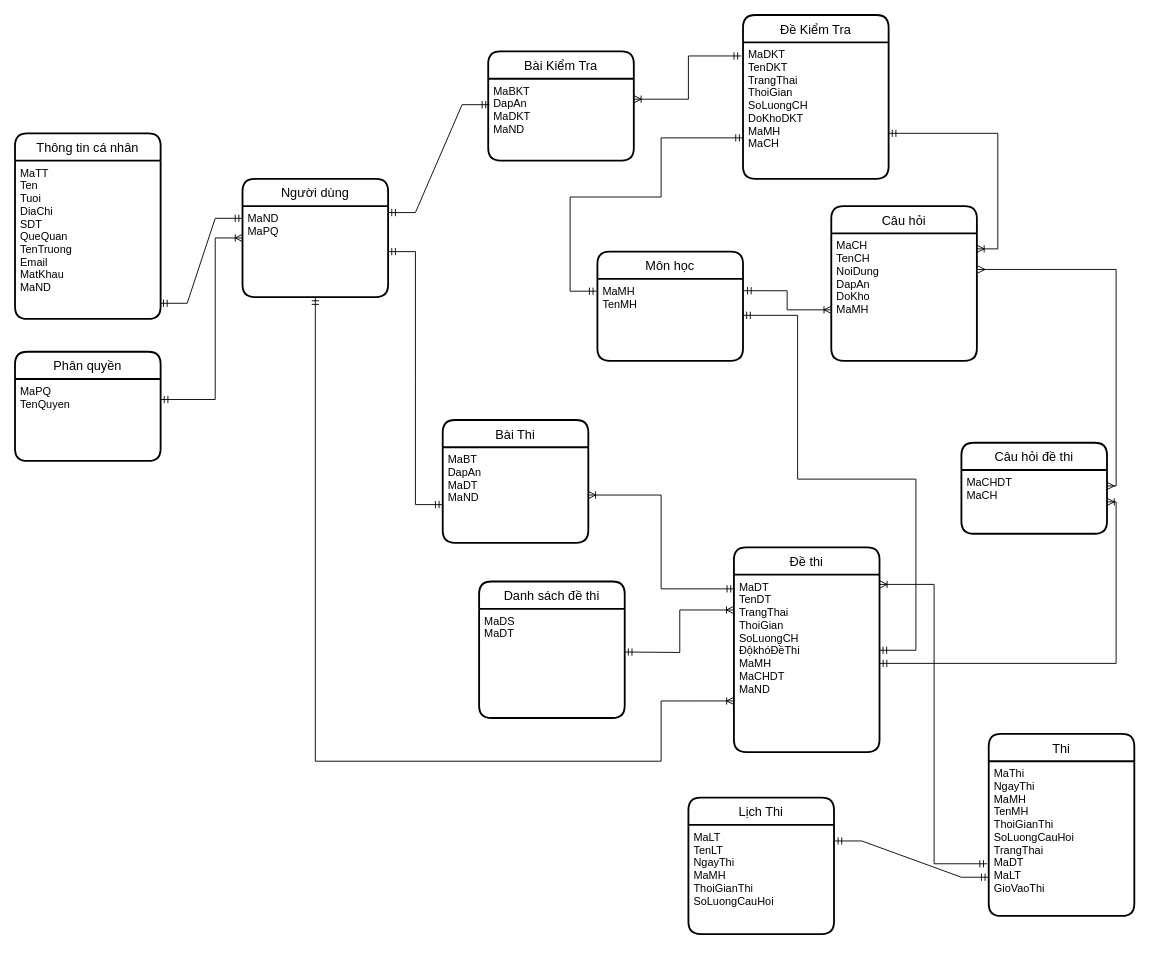
Above: page "Biểu đồ quan hệ" (3 of 6) of report/lvtn.drawio in HaiAz/QuizQuestions (draw.io), before the change. Source tidied: cells renumbered, new cells numbered last; positions are measured from the earlier drawing's top-left corner, leaving out a move shared by most shapes. Both pictures are drawn from the tidied source at 91%, with x=0, y=0 at pixel (15, 15).
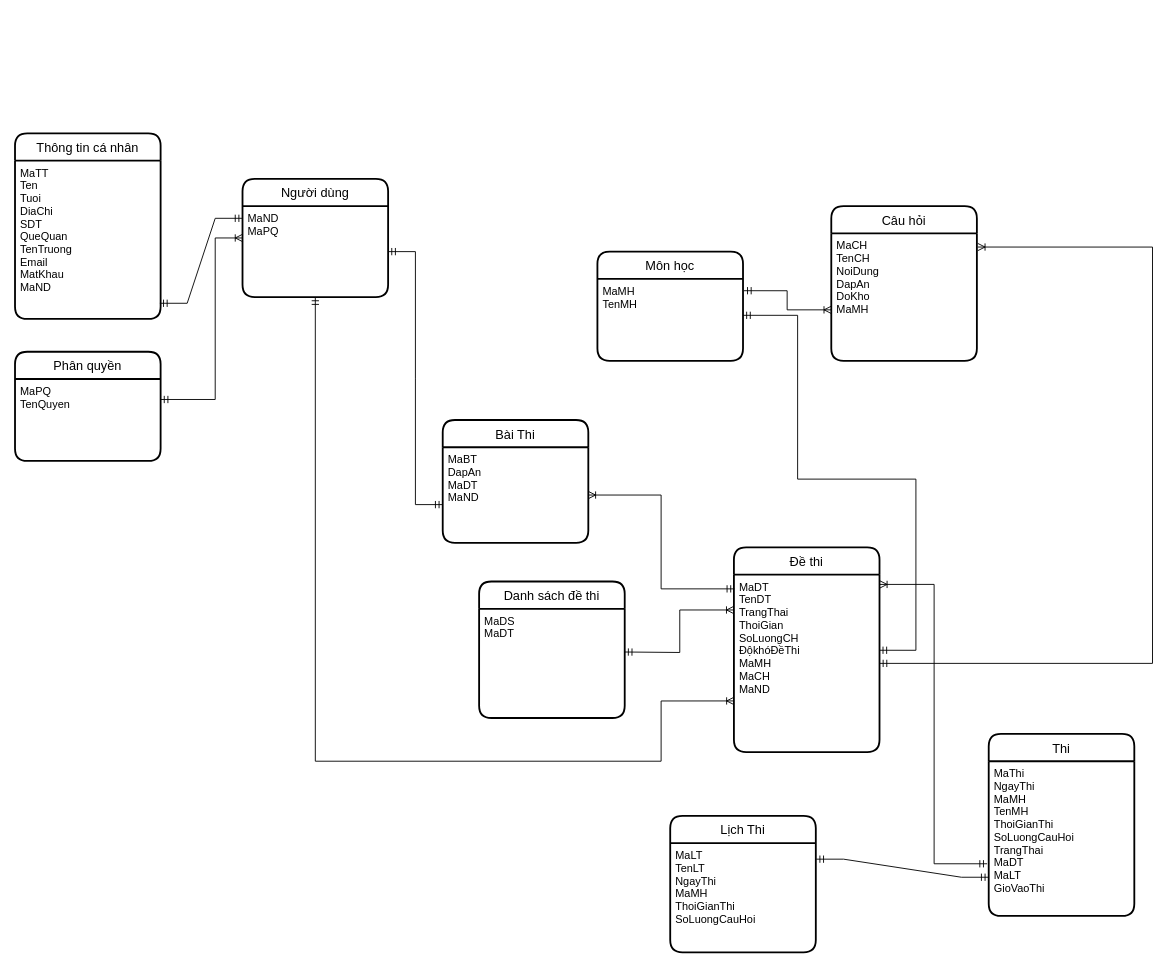
Above is the later version.

Unchanged cells that the change refers to:
```xml
<mxCell id="3" value="MaMH&#10;TenMH" style="align=left;strokeColor=none;fillColor=none;spacingLeft=4;fontSize=12;verticalAlign=top;" parent="2" vertex="1">
  <mxGeometry y="30" width="160" height="90" as="geometry" />
</mxCell>
<mxCell id="7" value="MaCH&#10;TenCH&#10;NoiDung&#10;DapAn&#10;DoKho&#10;MaMH" style="align=left;strokeColor=none;fillColor=none;spacingLeft=4;fontSize=12;verticalAlign=top;" parent="6" vertex="1">
  <mxGeometry y="30" width="160" height="140" as="geometry" />
</mxCell>
<mxCell id="9" value="MaND&#10;MaPQ" style="align=left;strokeColor=none;fillColor=none;spacingLeft=4;fontSize=12;verticalAlign=top;" parent="8" vertex="1">
  <mxGeometry y="30" width="160" height="100" as="geometry" />
</mxCell>
<mxCell id="10" value="Đề thi" style="swimlane;horizontal=1;startSize=30;rounded=1;fontSize=14;fontStyle=0;strokeWidth=2;shadow=0;dashed=0;align=center;" parent="1" vertex="1">
  <mxGeometry x="790" y="585" width="160" height="225" as="geometry" />
</mxCell>
```

Diff of the diagram source:
```diff
@@
-    <mxCell id="11" value="MaDT&#10;TenDT&#10;TrangThai&#10;ThoiGian&#10;SoLuongCH&#10;ĐộkhóĐềThi&#10;MaMH&#10;MaCHDT&#10;MaND" style="align=left;strokeColor=none;fillColor=none;spacingLeft=4;fontSize=12;verticalAlign=top;" parent="10" vertex="1">
+    <mxCell id="11" value="MaDT&#10;TenDT&#10;TrangThai&#10;ThoiGian&#10;SoLuongCH&#10;ĐộkhóĐềThi&#10;MaMH&#10;MaCH&#10;MaND" style="align=left;strokeColor=none;fillColor=none;spacingLeft=4;fontSize=12;verticalAlign=top;" parent="10" vertex="1">
       <mxGeometry y="30" width="160" height="195" as="geometry" />
     </mxCell>
@@
-    <mxCell id="18" value="Câu hỏi đề thi" style="swimlane;horizontal=1;startSize=30;rounded=1;fontSize=14;fontStyle=0;strokeWidth=2;shadow=0;dashed=0;align=center;" parent="1" vertex="1">
-      <mxGeometry x="1040" y="470" width="160" height="100" as="geometry" />
-    </mxCell>
-    <mxCell id="19" value="MaCHDT&#10;MaCH" style="align=left;strokeColor=none;fillColor=none;spacingLeft=4;fontSize=12;verticalAlign=top;" parent="18" vertex="1">
-      <mxGeometry y="30" width="160" height="70" as="geometry" />
-    </mxCell>
     <mxCell id="20" value="Lịch Thi" style="swimlane;horizontal=1;startSize=30;rounded=1;fontSize=14;fontStyle=0;strokeWidth=2;shadow=0;dashed=0;align=center;" parent="1" vertex="1">
-      <mxGeometry x="740" y="860" width="160" height="150" as="geometry" />
+      <mxGeometry x="720" y="880" width="160" height="150" as="geometry" />
     </mxCell>
@@
-    <mxCell id="22" value="Bài Kiểm Tra" style="swimlane;horizontal=1;startSize=30;rounded=1;fontSize=14;fontStyle=0;strokeWidth=2;shadow=0;dashed=0;align=center;" parent="1" vertex="1">
-      <mxGeometry x="520" y="40" width="160" height="120" as="geometry" />
-    </mxCell>
-    <mxCell id="23" value="MaBKT&#10;DapAn&#10;MaDKT&#10;MaND" style="align=left;strokeColor=none;fillColor=none;spacingLeft=4;fontSize=12;verticalAlign=top;" parent="22" vertex="1">
-      <mxGeometry y="30" width="160" height="90" as="geometry" />
-    </mxCell>
-    <mxCell id="24" value="Đề Kiểm Tra" style="swimlane;horizontal=1;startSize=30;rounded=1;fontSize=14;fontStyle=0;strokeWidth=2;shadow=0;dashed=0;align=center;" parent="1" vertex="1">
-      <mxGeometry x="800" width="160" height="180" as="geometry" />
-    </mxCell>
-    <mxCell id="25" value="MaDKT&#10;TenDKT&#10;TrangThai&#10;ThoiGian&#10;SoLuongCH&#10;DoKhoDKT&#10;MaMH&#10;MaCH" style="align=left;strokeColor=none;fillColor=none;spacingLeft=4;fontSize=12;verticalAlign=top;" parent="24" vertex="1">
-      <mxGeometry y="30" width="160" height="150" as="geometry" />
-    </mxCell>
-    <mxCell id="26" style="edgeStyle=entityRelationEdgeStyle;fontSize=12;html=1;endArrow=ERmandOne;startArrow=ERmandOne;rounded=0;exitX=1;exitY=0.071;exitDx=0;exitDy=0;exitPerimeter=0;entryX=0.008;entryY=0.317;entryDx=0;entryDy=0;entryPerimeter=0;" parent="1" edge="1" source="9" target="23">
-      <mxGeometry relative="1" as="geometry" />
-    </mxCell>
-    <mxCell id="27" style="edgeStyle=orthogonalEdgeStyle;fontSize=12;html=1;endArrow=ERoneToMany;startArrow=ERmandOne;rounded=0;entryX=1;entryY=0.25;entryDx=0;entryDy=0;exitX=-0.012;exitY=0.1;exitDx=0;exitDy=0;exitPerimeter=0;" parent="1" edge="1" source="25" target="23">
-      <mxGeometry relative="1" as="geometry" />
-    </mxCell>
@@
-    <mxCell id="29" style="edgeStyle=orthogonalEdgeStyle;fontSize=12;html=1;endArrow=ERoneToMany;startArrow=ERmandOne;rounded=0;" parent="1" edge="1" target="7">
-      <mxGeometry relative="1" as="geometry">
-        <mxPoint x="960" y="130" as="sourcePoint" />
-        <Array as="points">
-          <mxPoint x="1080" y="130" />
-          <mxPoint x="1080" y="257" />
-        </Array>
-      </mxGeometry>
-    </mxCell>
-    <mxCell id="30" style="edgeStyle=orthogonalEdgeStyle;fontSize=12;html=1;endArrow=ERmany;startArrow=ERmany;rounded=0;exitX=1;exitY=0.25;exitDx=0;exitDy=0;entryX=1.006;entryY=0.283;entryDx=0;entryDy=0;entryPerimeter=0;" parent="1" edge="1" source="19" target="7">
-      <mxGeometry relative="1" as="geometry" />
-    </mxCell>
-    <mxCell id="31" style="edgeStyle=orthogonalEdgeStyle;fontSize=12;html=1;endArrow=ERoneToMany;startArrow=ERmandOne;rounded=0;entryX=1;entryY=0.5;entryDx=0;entryDy=0;exitX=1;exitY=0.5;exitDx=0;exitDy=0;" parent="1" edge="1" source="11" target="19">
-      <mxGeometry relative="1" as="geometry" />
+    <mxCell id="31" style="edgeStyle=orthogonalEdgeStyle;fontSize=12;html=1;endArrow=ERoneToMany;startArrow=ERmandOne;rounded=0;entryX=1.006;entryY=0.107;entryDx=0;entryDy=0;exitX=1;exitY=0.5;exitDx=0;exitDy=0;entryPerimeter=0;" parent="1" edge="1" source="11" target="7">
+      <mxGeometry relative="1" as="geometry">
+        <Array as="points">
+          <mxPoint x="1250" y="713" />
+          <mxPoint x="1250" y="255" />
+        </Array>
+      </mxGeometry>
     </mxCell>
@@
-    <mxCell id="34" style="edgeStyle=orthogonalEdgeStyle;fontSize=12;html=1;endArrow=ERmandOne;startArrow=ERmandOne;rounded=0;exitX=-0.005;exitY=0.15;exitDx=0;exitDy=0;exitPerimeter=0;entryX=0;entryY=0.75;entryDx=0;entryDy=0;" parent="1" edge="1" source="3" target="24">
-      <mxGeometry relative="1" as="geometry">
-        <Array as="points">
-          <mxPoint x="610" y="304" />
-          <mxPoint x="610" y="200" />
-          <mxPoint x="710" y="200" />
-          <mxPoint x="710" y="135" />
-        </Array>
-      </mxGeometry>
-    </mxCell>
```
